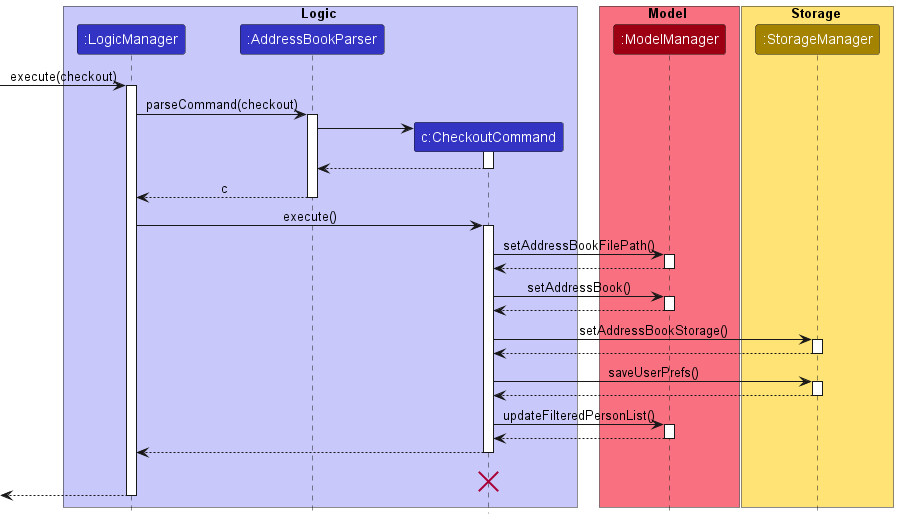
Above: docs/images/CheckoutSequenceDiagram.png in nus-cs2103-AY2223S1/tp (PlantUML), before the change.
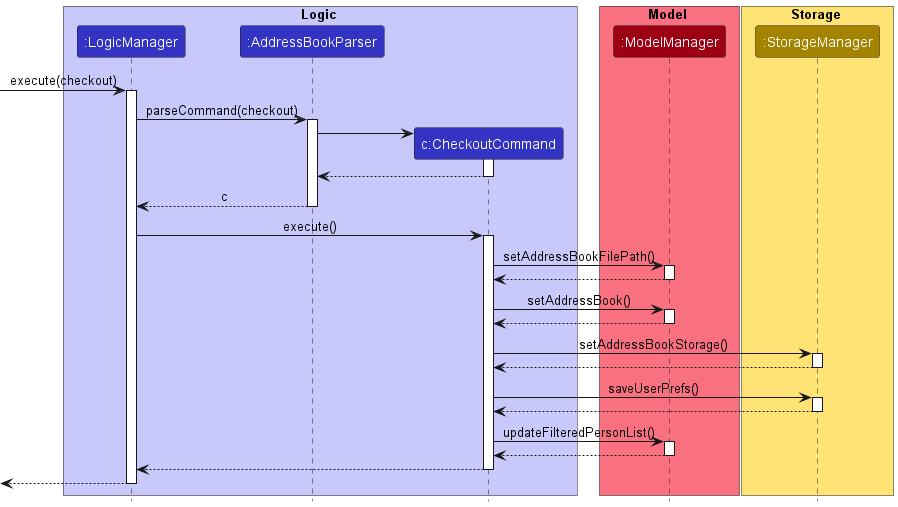
The same file after the commit.

What changed in the source:
```diff
@@ -62,9 +62,6 @@
 CheckoutCommand --> LogicManager
 deactivate CheckoutCommand
 
-CheckoutCommand -[hidden]-> LogicManager : result
-destroy CheckoutCommand
-
 [<--LogicManager
 deactivate LogicManager
 @enduml
```
